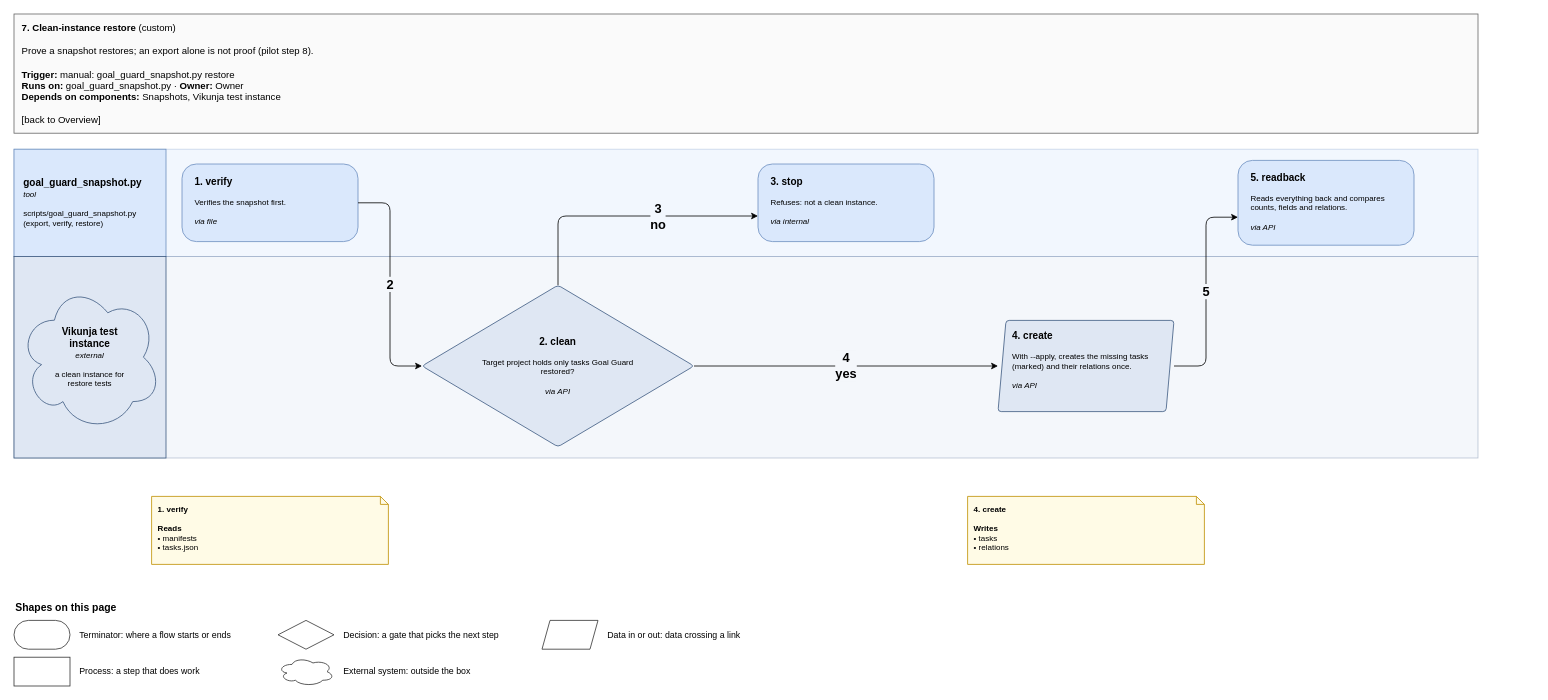
Before: page "7. Clean-instance restore" (9 of 9) of specialists/project/skill-goal-guard/docs/goal-guard-flows/goal_guard_flows.drawio in amalikn/skills_stuff, a draw.io diagram. Source tidied: cells renumbered, new cells numbered last; positions are measured from the earlier drawing's top-left corner, leaving out a move shared by most shapes. Both pictures are drawn from the tidied source at 80%, with x=0, y=0 at pixel (14, 14).
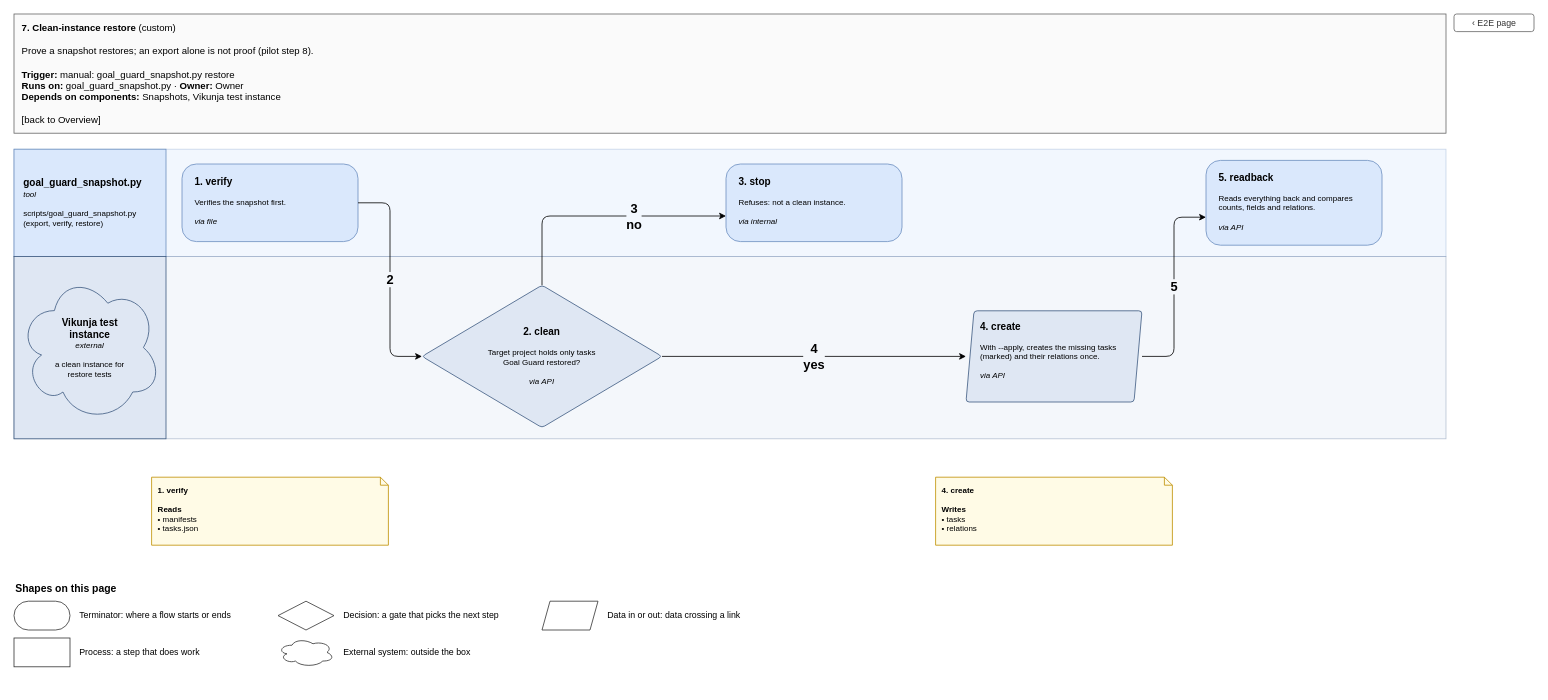
After the change.

Commit message (it also covers changes not shown here):
skill-goal-guard: flows drawing re-rendered with skill-drawio 3ec22cc (no page worse: crossings 29 to 25)

The change refers to these unchanged cells:
```xml
<mxCell id="8" value="&lt;span style=&quot;font-size:125%&quot;&gt;&lt;b&gt;1. verify&lt;/b&gt;&lt;/span&gt;&lt;br&gt; &lt;br&gt;Verifies the snapshot first.&lt;br&gt; &lt;br&gt;&lt;i&gt;via file&lt;/i&gt;" style="rounded=1;whiteSpace=wrap;html=1;fillColor=#dae8fc;strokeColor=#6c8ebf;fontSize=11;arcSize=8;fontSize=10;align=left;verticalAlign=top;spacingLeft=8;spacingRight=6;spacingTop=6;rounded=1;absoluteArcSize=1;arcSize=36;spacingLeft=14;spacingRight=12;spacingTop=8;" parent="1" vertex="1">
  <mxGeometry x="210" y="187.5" width="220" height="97" as="geometry" />
</mxCell>
```

The edit, as a diff of the source:
```diff
@@
     <mxCell id="2" value="&lt;b&gt;7. Clean-instance restore&lt;/b&gt; (custom)&lt;br&gt; &lt;br&gt;Prove a snapshot restores; an export alone is not proof (pilot step 8).&lt;br&gt; &lt;br&gt;&lt;b&gt;Trigger:&lt;/b&gt; manual: goal_guard_snapshot.py restore&lt;br&gt;&lt;b&gt;Runs on:&lt;/b&gt; goal_guard_snapshot.py · &lt;b&gt;Owner:&lt;/b&gt; Owner&lt;br&gt;&lt;b&gt;Depends on components:&lt;/b&gt; Snapshots, Vikunja test instance&lt;br&gt; &lt;br&gt;[back to Overview]" style="rounded=0;whiteSpace=wrap;html=1;fillColor=#fafafa;strokeColor=#666666;align=left;verticalAlign=top;spacingLeft=8;spacingTop=4;fontSize=12;" parent="1" vertex="1">
-      <mxGeometry width="1830" height="149" as="geometry" />
+      <mxGeometry width="1790" height="149" as="geometry" />
     </mxCell>
+    <mxCell id="34" value="‹ E2E page" style="rounded=1;html=1;fillColor=#ffffff;strokeColor=#666666;fontColor=#333333;fontSize=11;align=center;verticalAlign=middle;" parent="1" vertex="1">
+      <mxGeometry x="1800" width="100" height="22" as="geometry" />
+    </mxCell>
     <mxCell id="3" style="rounded=0;html=1;fillColor=#dae8fc;strokeColor=#6c8ebf;opacity=35;" parent="1" vertex="1">
-      <mxGeometry y="169" width="1830" height="134" as="geometry" />
+      <mxGeometry y="169" width="1790" height="134" as="geometry" />
     </mxCell>
@@
     <mxCell id="5" style="rounded=0;html=1;fillColor=#dfe7f3;strokeColor=#3d5a80;opacity=35;" parent="1" vertex="1">
-      <mxGeometry y="303" width="1830" height="252" as="geometry" />
+      <mxGeometry y="303" width="1790" height="228" as="geometry" />
     </mxCell>
     <mxCell id="6" style="rounded=1;whiteSpace=wrap;html=1;fillColor=#dfe7f3;strokeColor=#3d5a80;fontSize=11;arcSize=8;rounded=0;" parent="1" vertex="1">
-      <mxGeometry y="303" width="190" height="252" as="geometry" />
+      <mxGeometry y="303" width="190" height="228" as="geometry" />
     </mxCell>
     <mxCell id="7" value="&lt;span style=&quot;font-size:125%&quot;&gt;&lt;b&gt;Vikunja test instance&lt;/b&gt;&lt;/span&gt;&lt;br&gt;&lt;i&gt;external&lt;/i&gt;&lt;br&gt; &lt;br&gt;a clean instance for restore tests" style="rounded=1;whiteSpace=wrap;html=1;fillColor=#dfe7f3;strokeColor=#3d5a80;fontSize=11;arcSize=8;fontSize=10;ellipse;shape=cloud;align=center;spacingLeft=30;spacingRight=28;spacingTop=26;align=center;verticalAlign=middle;spacingLeft=34;spacingRight=34;spacingTop=10;spacingBottom=10;" parent="1" vertex="1">
-      <mxGeometry x="6" y="336.5" width="178" height="185" as="geometry" />
+      <mxGeometry x="6" y="324.5" width="178" height="185" as="geometry" />
     </mxCell>
@@
     <mxCell id="9" value="&lt;b&gt;1. verify&lt;/b&gt;&lt;br&gt; &lt;br&gt;&lt;b&gt;Reads&lt;/b&gt;&lt;br&gt;• manifests&lt;br&gt;• tasks.json" style="shape=note;whiteSpace=wrap;html=1;size=10;fillColor=#fffbe6;strokeColor=#bf9000;align=left;verticalAlign=top;spacingLeft=6;spacingTop=4;fontSize=10;" parent="1" vertex="1">
-      <mxGeometry x="172" y="603" width="296" height="85" as="geometry" />
+      <mxGeometry x="172" y="579" width="296" height="85" as="geometry" />
     </mxCell>
-    <mxCell id="10" value="&lt;span style=&quot;font-size:125%&quot;&gt;&lt;b&gt;2. clean&lt;/b&gt;&lt;/span&gt;&lt;br&gt; &lt;br&gt;Target project holds only tasks Goal Guard restored?&lt;br&gt; &lt;br&gt;&lt;i&gt;via API&lt;/i&gt;" style="rounded=1;whiteSpace=wrap;html=1;fillColor=#dfe7f3;strokeColor=#3d5a80;fontSize=11;arcSize=8;fontSize=10;align=left;verticalAlign=top;spacingLeft=8;spacingRight=6;spacingTop=6;rhombus;align=center;verticalAlign=middle;spacingLeft=72;spacingRight=72;spacingTop=0;" parent="1" vertex="1">
-      <mxGeometry x="510" y="339" width="340" height="202" as="geometry" />
+    <mxCell id="10" value="&lt;span style=&quot;font-size:125%&quot;&gt;&lt;b&gt;2. clean&lt;/b&gt;&lt;/span&gt;&lt;br&gt; &lt;br&gt;Target project holds only tasks Goal Guard restored?&lt;br&gt; &lt;br&gt;&lt;i&gt;via API&lt;/i&gt;" style="rounded=1;whiteSpace=wrap;html=1;fillColor=#dfe7f3;strokeColor=#3d5a80;fontSize=11;arcSize=8;fontSize=10;align=left;verticalAlign=top;spacingLeft=8;spacingRight=6;spacingTop=6;rhombus;align=center;verticalAlign=middle;spacingLeft=72;spacingRight=72;spacingTop=0;spacingLeft=75;spacingRight=75;spacingTop=0;spacingBottom=0;" parent="1" vertex="1">
+      <mxGeometry x="510" y="339" width="300" height="178" as="geometry" />
     </mxCell>
     <mxCell id="11" value="&lt;span style=&quot;font-size:125%&quot;&gt;&lt;b&gt;3. stop&lt;/b&gt;&lt;/span&gt;&lt;br&gt; &lt;br&gt;Refuses: not a clean instance.&lt;br&gt; &lt;br&gt;&lt;i&gt;via internal&lt;/i&gt;" style="rounded=1;whiteSpace=wrap;html=1;fillColor=#dae8fc;strokeColor=#6c8ebf;fontSize=11;arcSize=8;fontSize=10;align=left;verticalAlign=top;spacingLeft=8;spacingRight=6;spacingTop=6;rounded=1;absoluteArcSize=1;arcSize=36;spacingLeft=14;spacingRight=12;spacingTop=8;" parent="1" vertex="1">
-      <mxGeometry x="930" y="187.5" width="220" height="97" as="geometry" />
+      <mxGeometry x="890" y="187.5" width="220" height="97" as="geometry" />
     </mxCell>
     <mxCell id="12" value="&lt;span style=&quot;font-size:125%&quot;&gt;&lt;b&gt;4. create&lt;/b&gt;&lt;/span&gt;&lt;br&gt; &lt;br&gt;With --apply, creates the missing tasks (marked) and their relations once.&lt;br&gt; &lt;br&gt;&lt;i&gt;via API&lt;/i&gt;" style="rounded=1;whiteSpace=wrap;html=1;fillColor=#dfe7f3;strokeColor=#3d5a80;fontSize=11;arcSize=8;fontSize=10;align=left;verticalAlign=top;spacingLeft=8;spacingRight=6;spacingTop=6;shape=parallelogram;perimeter=parallelogramPerimeter;fixedSize=1;size=10;spacingLeft=16;spacingRight=16;" parent="1" vertex="1">
-      <mxGeometry x="1230" y="383" width="220" height="114" as="geometry" />
+      <mxGeometry x="1190" y="371" width="220" height="114" as="geometry" />
     </mxCell>
     <mxCell id="13" value="&lt;b&gt;4. create&lt;/b&gt;&lt;br&gt; &lt;br&gt;&lt;b&gt;Writes&lt;/b&gt;&lt;br&gt;• tasks&lt;br&gt;• relations" style="shape=note;whiteSpace=wrap;html=1;size=10;fillColor=#fffbe6;strokeColor=#bf9000;align=left;verticalAlign=top;spacingLeft=6;spacingTop=4;fontSize=10;" parent="1" vertex="1">
-      <mxGeometry x="1192" y="603" width="296" height="85" as="geometry" />
+      <mxGeometry x="1152" y="579" width="296" height="85" as="geometry" />
     </mxCell>
     <mxCell id="14" value="&lt;span style=&quot;font-size:125%&quot;&gt;&lt;b&gt;5. readback&lt;/b&gt;&lt;/span&gt;&lt;br&gt; &lt;br&gt;Reads everything back and compares counts, fields and relations.&lt;br&gt; &lt;br&gt;&lt;i&gt;via API&lt;/i&gt;" style="rounded=1;whiteSpace=wrap;html=1;fillColor=#dae8fc;strokeColor=#6c8ebf;fontSize=11;arcSize=8;fontSize=10;align=left;verticalAlign=top;spacingLeft=8;spacingRight=6;spacingTop=6;rounded=1;absoluteArcSize=1;arcSize=36;spacingLeft=14;spacingRight=12;spacingTop=8;" parent="1" vertex="1">
-      <mxGeometry x="1530" y="183" width="220" height="106" as="geometry" />
+      <mxGeometry x="1490" y="183" width="220" height="106" as="geometry" />
     </mxCell>
     <mxCell id="15" value="&lt;b&gt;Shapes on this page&lt;/b&gt;" style="text;html=1;align=left;fontSize=13;" parent="1" vertex="1">
-      <mxGeometry y="728" width="300" height="24" as="geometry" />
+      <mxGeometry y="704" width="300" height="24" as="geometry" />
     </mxCell>
     <mxCell id="16" style="whiteSpace=wrap;html=1;fillColor=#ffffff;strokeColor=#333333;rounded=1;absoluteArcSize=1;arcSize=36;spacingLeft=14;spacingRight=12;spacingTop=8;" parent="1" vertex="1">
-      <mxGeometry y="758" width="70" height="36" as="geometry" />
+      <mxGeometry y="734" width="70" height="36" as="geometry" />
     </mxCell>
     <mxCell id="17" value="Terminator: where a flow starts or ends" style="text;html=1;align=left;verticalAlign=middle;whiteSpace=wrap;fontSize=11;" parent="1" vertex="1">
-      <mxGeometry x="80" y="758" width="240" height="36" as="geometry" />
+      <mxGeometry x="80" y="734" width="240" height="36" as="geometry" />
     </mxCell>
     <mxCell id="18" style="whiteSpace=wrap;html=1;fillColor=#ffffff;strokeColor=#333333;rhombus;align=center;verticalAlign=middle;spacingLeft=72;spacingRight=72;spacingTop=0;" parent="1" vertex="1">
-      <mxGeometry x="330" y="758" width="70" height="36" as="geometry" />
+      <mxGeometry x="330" y="734" width="70" height="36" as="geometry" />
     </mxCell>
     <mxCell id="19" value="Decision: a gate that picks the next step" style="text;html=1;align=left;verticalAlign=middle;whiteSpace=wrap;fontSize=11;" parent="1" vertex="1">
-      <mxGeometry x="410" y="758" width="240" height="36" as="geometry" />
+      <mxGeometry x="410" y="734" width="240" height="36" as="geometry" />
     </mxCell>
     <mxCell id="20" style="whiteSpace=wrap;html=1;fillColor=#ffffff;strokeColor=#333333;shape=parallelogram;perimeter=parallelogramPerimeter;fixedSize=1;size=10;spacingLeft=16;spacingRight=16;" parent="1" vertex="1">
-      <mxGeometry x="660" y="758" width="70" height="36" as="geometry" />
+      <mxGeometry x="660" y="734" width="70" height="36" as="geometry" />
     </mxCell>
     <mxCell id="21" value="Data in or out: data crossing a link" style="text;html=1;align=left;verticalAlign=middle;whiteSpace=wrap;fontSize=11;" parent="1" vertex="1">
-      <mxGeometry x="740" y="758" width="240" height="36" as="geometry" />
+      <mxGeometry x="740" y="734" width="240" height="36" as="geometry" />
     </mxCell>
     <mxCell id="22" style="whiteSpace=wrap;html=1;fillColor=#ffffff;strokeColor=#333333;rounded=0;" parent="1" vertex="1">
-      <mxGeometry y="804" width="70" height="36" as="geometry" />
+      <mxGeometry y="780" width="70" height="36" as="geometry" />
     </mxCell>
     <mxCell id="23" value="Process: a step that does work" style="text;html=1;align=left;verticalAlign=middle;whiteSpace=wrap;fontSize=11;" parent="1" vertex="1">
-      <mxGeometry x="80" y="804" width="240" height="36" as="geometry" />
+      <mxGeometry x="80" y="780" width="240" height="36" as="geometry" />
     </mxCell>
     <mxCell id="24" style="whiteSpace=wrap;html=1;fillColor=#ffffff;strokeColor=#333333;ellipse;shape=cloud;align=center;spacingLeft=30;spacingRight=28;spacingTop=26;" parent="1" vertex="1">
-      <mxGeometry x="330" y="804" width="70" height="36" as="geometry" />
+      <mxGeometry x="330" y="780" width="70" height="36" as="geometry" />
     </mxCell>
     <mxCell id="25" value="External system: outside the box" style="text;html=1;align=left;verticalAlign=middle;whiteSpace=wrap;fontSize=11;" parent="1" vertex="1">
-      <mxGeometry x="410" y="804" width="240" height="36" as="geometry" />
+      <mxGeometry x="410" y="780" width="240" height="36" as="geometry" />
     </mxCell>
     <mxCell id="26" style="edgeStyle=none;rounded=1;html=1;endArrow=classic;endFill=1;jumpStyle=arc;jumpSize=6;strokeColor=#000000;exitX=1;exitY=0.5;entryX=0;entryY=0.5;exitPerimeter=0;entryPerimeter=0;" parent="1" edge="1" source="8" target="10">
       <mxGeometry relative="1" as="geometry">
         <Array as="points">
           <mxPoint x="470" y="236" />
-          <mxPoint x="470" y="440" />
+          <mxPoint x="470" y="428" />
         </Array>
       </mxGeometry>
     </mxCell>
     <mxCell id="27" value="&lt;b&gt;2&lt;/b&gt;" style="text;html=1;align=center;verticalAlign=middle;fontSize=16;fontStyle=1;labelBackgroundColor=#f4f7fb;fontColor=#000000;" parent="1" vertex="1">
-      <mxGeometry x="456.5" y="327" width="27" height="22" as="geometry" />
+      <mxGeometry x="456.5" y="321" width="27" height="22" as="geometry" />
     </mxCell>
     <mxCell id="28" style="edgeStyle=none;rounded=1;html=1;endArrow=classic;endFill=1;jumpStyle=arc;jumpSize=6;strokeColor=#000000;exitX=1;exitY=0.5;entryX=0;entryY=0.6698;exitPerimeter=0;entryPerimeter=0;" parent="1" edge="1" source="12" target="14">
       <mxGeometry relative="1" as="geometry">
         <Array as="points">
-          <mxPoint x="1490" y="440" />
-          <mxPoint x="1490" y="254" />
+          <mxPoint x="1450" y="428" />
+          <mxPoint x="1450" y="254" />
         </Array>
       </mxGeometry>
     </mxCell>
     <mxCell id="29" value="&lt;b&gt;5&lt;/b&gt;" style="text;html=1;align=center;verticalAlign=middle;fontSize=16;fontStyle=1;labelBackgroundColor=#f4f7fb;fontColor=#000000;" parent="1" vertex="1">
-      <mxGeometry x="1476.5" y="336" width="27" height="22" as="geometry" />
+      <mxGeometry x="1436.5" y="330" width="27" height="22" as="geometry" />
     </mxCell>
     <mxCell id="30" style="edgeStyle=none;rounded=1;html=1;endArrow=classic;endFill=1;jumpStyle=arc;jumpSize=6;strokeColor=#000000;exitX=0.5;exitY=0;entryX=0;entryY=0.6701;exitPerimeter=0;entryPerimeter=0;" parent="1" edge="1" source="10" target="11">
       <mxGeometry relative="1" as="geometry">
         <Array as="points">
-          <mxPoint x="680" y="252.5" />
+          <mxPoint x="660" y="252.5" />
         </Array>
       </mxGeometry>
     </mxCell>
     <mxCell id="31" value="&lt;b&gt;3&lt;/b&gt;&lt;br&gt;&lt;b&gt;no&lt;/b&gt;" style="text;html=1;align=center;verticalAlign=middle;fontSize=16;fontStyle=1;labelBackgroundColor=#f2f7fe;fontColor=#000000;" parent="1" vertex="1">
-      <mxGeometry x="787" y="234" width="36" height="37" as="geometry" />
+      <mxGeometry x="757" y="234" width="36" height="37" as="geometry" />
     </mxCell>
     <mxCell id="32" style="edgeStyle=none;rounded=1;html=1;endArrow=classic;endFill=1;jumpStyle=arc;jumpSize=6;strokeColor=#000000;exitX=1;exitY=0.5;entryX=0;entryY=0.5;exitPerimeter=0;entryPerimeter=0;" parent="1" edge="1" source="10" target="12">
       <mxGeometry relative="1" as="geometry">
         <Array as="points">
-          <mxPoint x="890" y="440" />
+          <mxPoint x="850" y="428" />
         </Array>
       </mxGeometry>
     </mxCell>
     <mxCell id="33" value="&lt;b&gt;4&lt;/b&gt;&lt;br&gt;&lt;b&gt;yes&lt;/b&gt;" style="text;html=1;align=center;verticalAlign=middle;fontSize=16;fontStyle=1;labelBackgroundColor=#f4f7fb;fontColor=#000000;" parent="1" vertex="1">
-      <mxGeometry x="1017.5" y="421.5" width="45" height="37" as="geometry" />
+      <mxGeometry x="977.5" y="409.5" width="45" height="37" as="geometry" />
     </mxCell>
```
